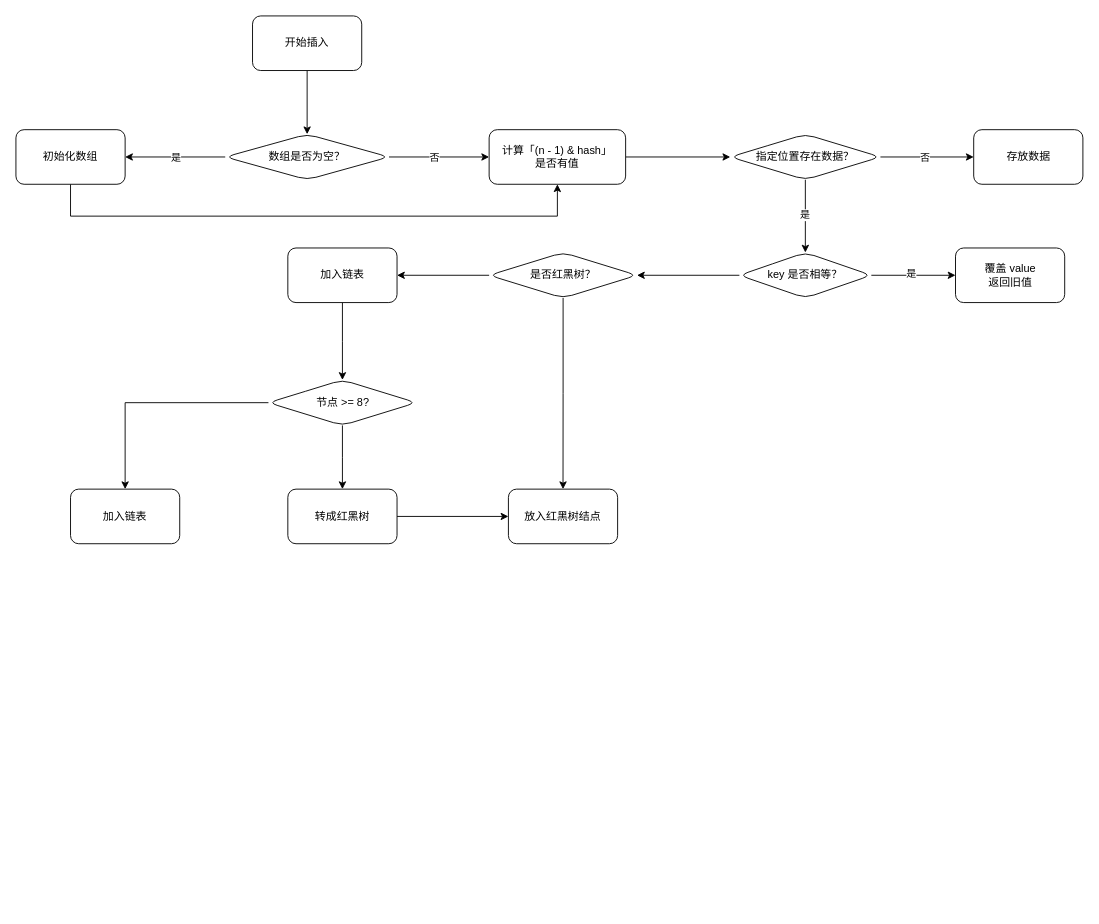
HaiHuangCHN/diagrams keeps this draw.io diagram as HashMap 插入过程.drawio. Above is the earlier version. Source tidied: cells renumbered, new cells numbered last; positions are measured from the earlier drawing's top-left corner, leaving out a move shared by most shapes. Both pictures are drawn from the tidied source at 91%, with x=0, y=0 at pixel (15, 15).
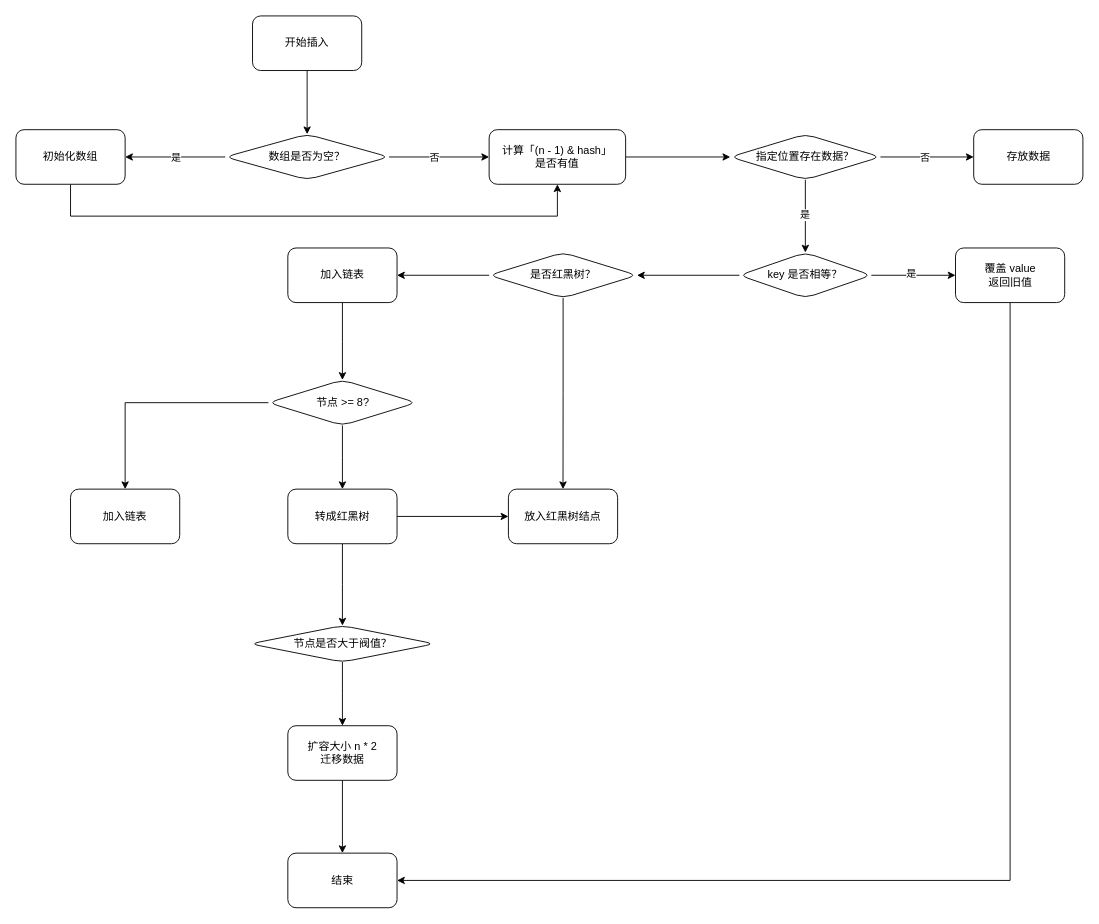
The same diagram, later.

Commit message:
更新HashMap 插入过程.drawio

The change refers to these unchanged cells:
```xml
<mxCell id="23" value="覆盖 value&lt;div&gt;返回旧值&lt;/div&gt;" style="whiteSpace=wrap;html=1;rounded=1;" parent="1" vertex="1">
  <mxGeometry x="1032.5" y="255" width="120" height="60" as="geometry" />
</mxCell>
<mxCell id="34" value="转成红黑树" style="whiteSpace=wrap;html=1;rounded=1;" parent="1" vertex="1">
  <mxGeometry x="298.8" y="520" width="120" height="60" as="geometry" />
</mxCell>
```

Diff of the diagram source:
```diff
@@
+    <mxCell id="36" style="edgeStyle=orthogonalEdgeStyle;rounded=0;jettySize=auto;html=1;entryX=1;entryY=0.5;entryDx=0;entryDy=0;" parent="1" edge="1" source="23" target="42">
+      <mxGeometry relative="1" as="geometry">
+        <Array as="points">
+          <mxPoint x="1093" y="950" />
+        </Array>
+      </mxGeometry>
+    </mxCell>
@@
+    <mxCell id="37" style="edgeStyle=orthogonalEdgeStyle;rounded=0;jettySize=auto;html=1;" parent="1" edge="1" source="34" target="39">
+      <mxGeometry relative="1" as="geometry" />
+    </mxCell>
@@
+    <mxCell id="38" style="edgeStyle=orthogonalEdgeStyle;rounded=0;jettySize=auto;html=1;" parent="1" edge="1" source="39" target="41">
+      <mxGeometry relative="1" as="geometry" />
+    </mxCell>
+    <mxCell id="39" value="节点是否大于阀值？" style="rhombus;whiteSpace=wrap;html=1;rounded=1;" parent="1" vertex="1">
+      <mxGeometry x="257.5" y="670" width="202.5" height="40" as="geometry" />
+    </mxCell>
+    <mxCell id="40" style="edgeStyle=orthogonalEdgeStyle;rounded=0;jettySize=auto;html=1;" parent="1" edge="1" source="41" target="42">
+      <mxGeometry relative="1" as="geometry" />
+    </mxCell>
+    <mxCell id="41" value="扩容大小 n * 2&lt;div&gt;迁移数据&lt;/div&gt;" style="whiteSpace=wrap;html=1;rounded=1;" parent="1" vertex="1">
+      <mxGeometry x="298.8" y="780" width="120" height="60" as="geometry" />
+    </mxCell>
+    <mxCell id="42" value="结束" style="whiteSpace=wrap;html=1;rounded=1;" parent="1" vertex="1">
+      <mxGeometry x="298.8" y="920" width="120" height="60" as="geometry" />
+    </mxCell>
```
